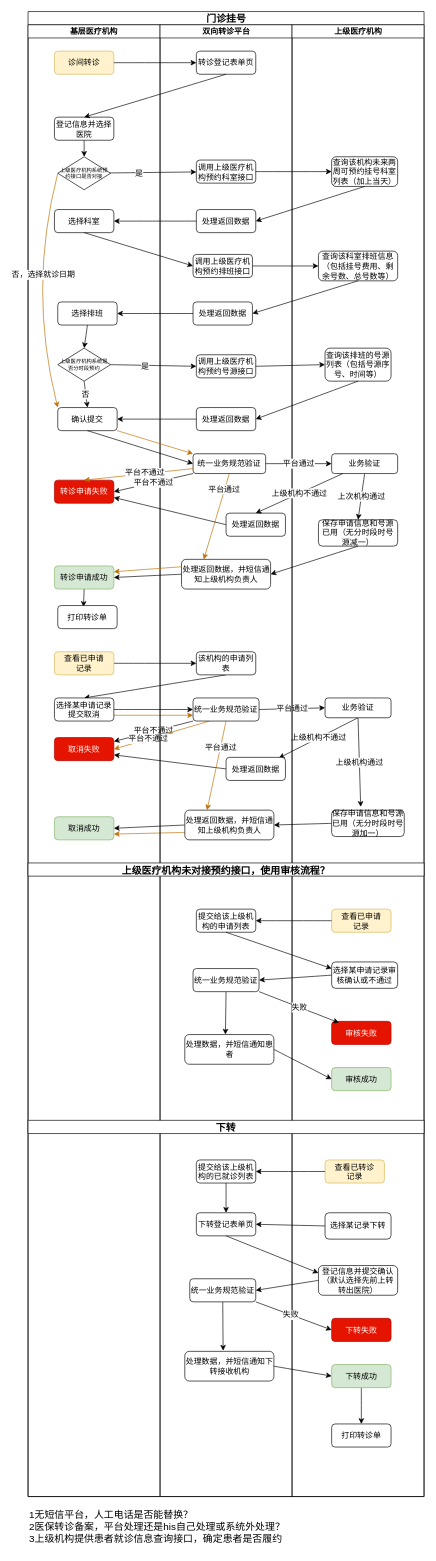
Before: 未命名绘图.drawio in bsklqgy/zero, a draw.io diagram. Source tidied: cells renumbered, new cells numbered last; positions are measured from the earlier drawing's top-left corner, leaving out a move shared by most shapes. Both pictures are drawn from the tidied source at 66%, with x=0, y=0 at pixel (28, 11).
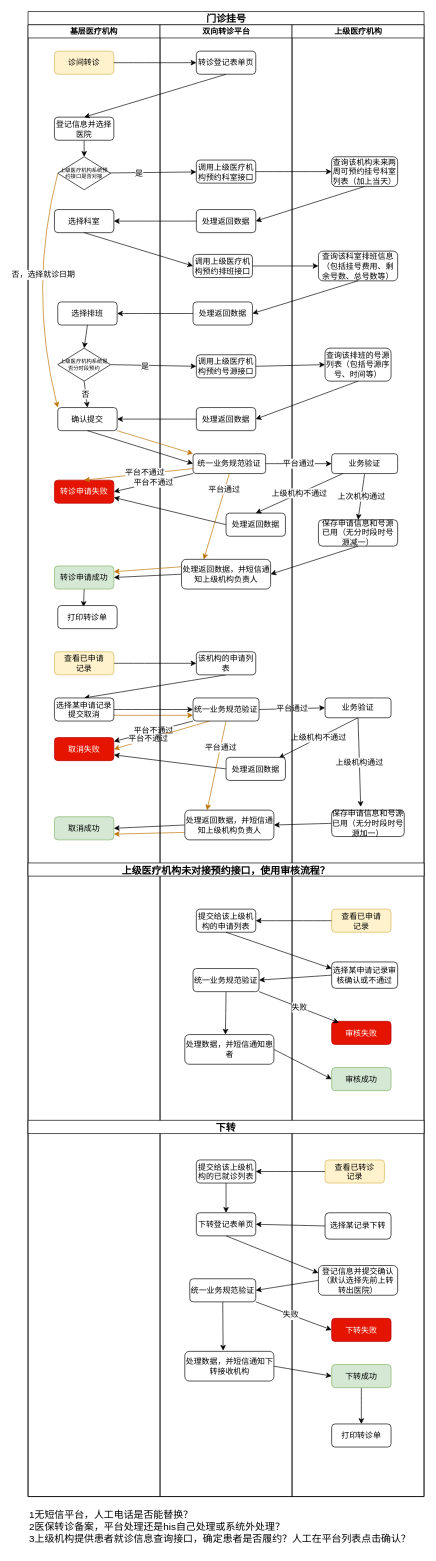
After the change.

Commit message:
更新未命名绘图.drawio

What changed in the source:
```diff
@@
-    <mxCell id="128" value="1无短信平台，人工电话是否能替换？&lt;br&gt;&lt;div style=&quot;&quot;&gt;2医保转诊备案，平台处理还是his自己处理或系统外处理？&lt;/div&gt;&lt;div style=&quot;&quot;&gt;3上级机构提供患者就诊信息查询接口，确定患者是否履约&lt;/div&gt;" style="text;html=1;align=left;verticalAlign=middle;strokeColor=none;fillColor=none;fontSize=15;fontFamily=Helvetica;fontColor=default;" parent="1" vertex="1">
-      <mxGeometry y="2260" width="410" height="70" as="geometry" />
+    <mxCell id="128" value="1无短信平台，人工电话是否能替换？&lt;br&gt;&lt;div style=&quot;&quot;&gt;2医保转诊备案，平台处理还是his自己处理或系统外处理？&lt;/div&gt;&lt;div style=&quot;&quot;&gt;3上级机构提供患者就诊信息查询接口，确定患者是否履约？人工在平台列表点击确认？&lt;/div&gt;" style="text;html=1;align=left;verticalAlign=middle;strokeColor=none;fillColor=none;fontSize=15;fontFamily=Helvetica;fontColor=default;" parent="1" vertex="1">
+      <mxGeometry y="2260" width="600" height="70" as="geometry" />
     </mxCell>
```
